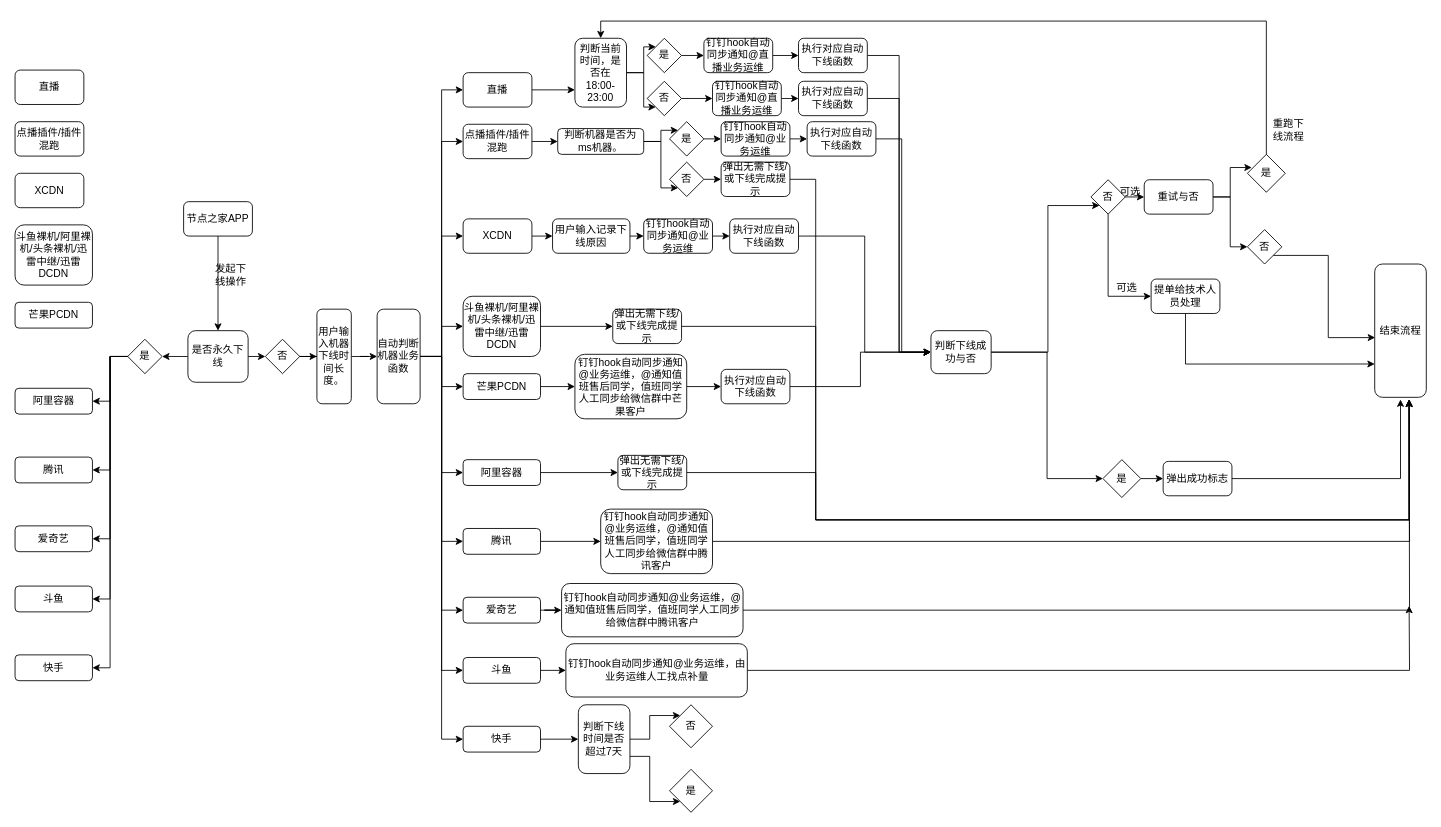
The draw.io diagram Auto_Outline.drawio in Henryblankwu/untitled7, before the edit. Source tidied: cells renumbered, new cells numbered last; positions are measured from the earlier drawing's top-left corner, leaving out a move shared by most shapes. Both pictures are drawn from the tidied source at 86%, with x=0, y=0 at pixel (15, 21).
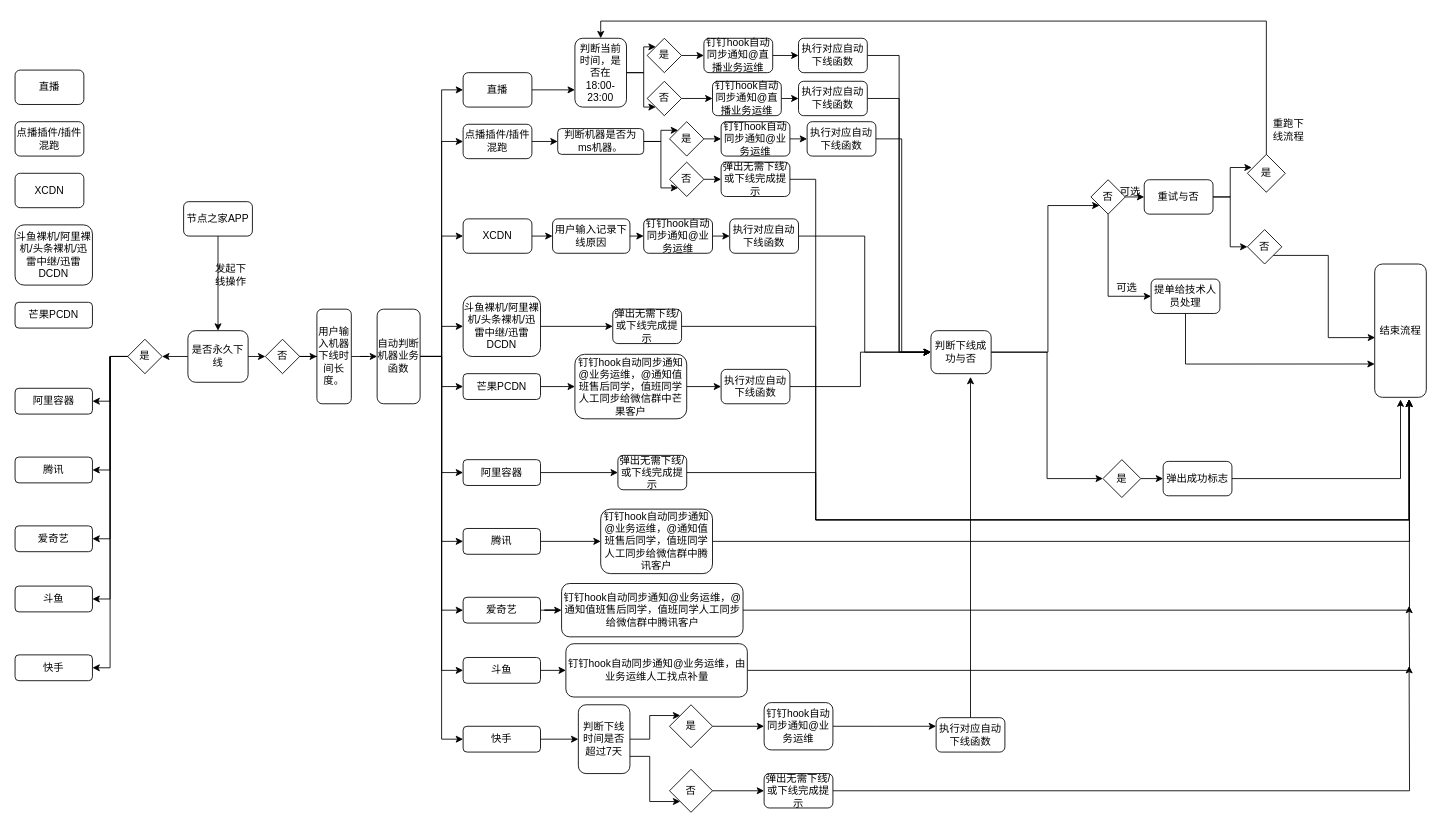
After the change.

Unchanged cells that the change refers to:
```xml
<mxCell id="59" value="&lt;span&gt;判断下线成功与否&lt;/span&gt;" style="rounded=1;whiteSpace=wrap;html=1;" parent="1" vertex="1">
  <mxGeometry x="1065" y="360" width="70" height="50" as="geometry" />
</mxCell>
```

The edit, as a diff of the source:
```diff
@@
+    <mxCell id="135" style="edgeStyle=orthogonalEdgeStyle;rounded=0;jettySize=auto;html=1;exitX=1;exitY=0.5;exitDx=0;exitDy=0;entryX=0;entryY=0.5;entryDx=0;entryDy=0;" parent="1" edge="1" source="133" target="142">
+      <mxGeometry relative="1" as="geometry" />
+    </mxCell>
-    <mxCell id="133" value="否" style="rhombus;whiteSpace=wrap;html=1;" parent="1" vertex="1">
+    <mxCell id="133" value="是" style="rhombus;whiteSpace=wrap;html=1;" parent="1" vertex="1">
       <mxGeometry x="761" y="795" width="50" height="50" as="geometry" />
     </mxCell>
+    <mxCell id="136" style="edgeStyle=orthogonalEdgeStyle;rounded=0;jettySize=auto;html=1;exitX=1;exitY=0.5;exitDx=0;exitDy=0;entryX=0;entryY=0.5;entryDx=0;entryDy=0;" parent="1" edge="1" source="134" target="138">
+      <mxGeometry relative="1" as="geometry" />
+    </mxCell>
-    <mxCell id="134" value="是" style="rhombus;whiteSpace=wrap;html=1;" parent="1" vertex="1">
+    <mxCell id="134" value="否" style="rhombus;whiteSpace=wrap;html=1;" parent="1" vertex="1">
       <mxGeometry x="761" y="870" width="50" height="50" as="geometry" />
     </mxCell>
+    <mxCell id="137" style="edgeStyle=orthogonalEdgeStyle;rounded=0;jettySize=auto;html=1;exitX=1;exitY=0.5;exitDx=0;exitDy=0;" parent="1" edge="1" source="138">
+      <mxGeometry relative="1" as="geometry">
+        <mxPoint x="1621" y="750" as="targetPoint" />
+      </mxGeometry>
+    </mxCell>
+    <mxCell id="138" value="弹出无需下线/或下线完成提示" style="rounded=1;whiteSpace=wrap;html=1;" parent="1" vertex="1">
+      <mxGeometry x="871" y="875" width="80" height="40" as="geometry" />
+    </mxCell>
+    <mxCell id="139" style="edgeStyle=orthogonalEdgeStyle;rounded=0;jettySize=auto;html=1;entryX=0.657;entryY=1.075;entryDx=0;entryDy=0;entryPerimeter=0;" parent="1" edge="1" source="140" target="59">
+      <mxGeometry relative="1" as="geometry" />
+    </mxCell>
+    <mxCell id="140" value="执行对应自动下线函数" style="rounded=1;whiteSpace=wrap;html=1;" parent="1" vertex="1">
+      <mxGeometry x="1071" y="810" width="80" height="40" as="geometry" />
+    </mxCell>
+    <mxCell id="141" style="edgeStyle=orthogonalEdgeStyle;rounded=0;jettySize=auto;html=1;exitX=1;exitY=0.5;exitDx=0;exitDy=0;entryX=0;entryY=0.25;entryDx=0;entryDy=0;" parent="1" edge="1" source="142" target="140">
+      <mxGeometry relative="1" as="geometry">
+        <Array as="points">
+          <mxPoint x="1001" y="820" />
+        </Array>
+      </mxGeometry>
+    </mxCell>
+    <mxCell id="142" value="钉钉hook自动同步通知@业务运维" style="rounded=1;whiteSpace=wrap;html=1;" parent="1" vertex="1">
+      <mxGeometry x="871" y="792.5" width="80" height="55" as="geometry" />
+    </mxCell>
```
